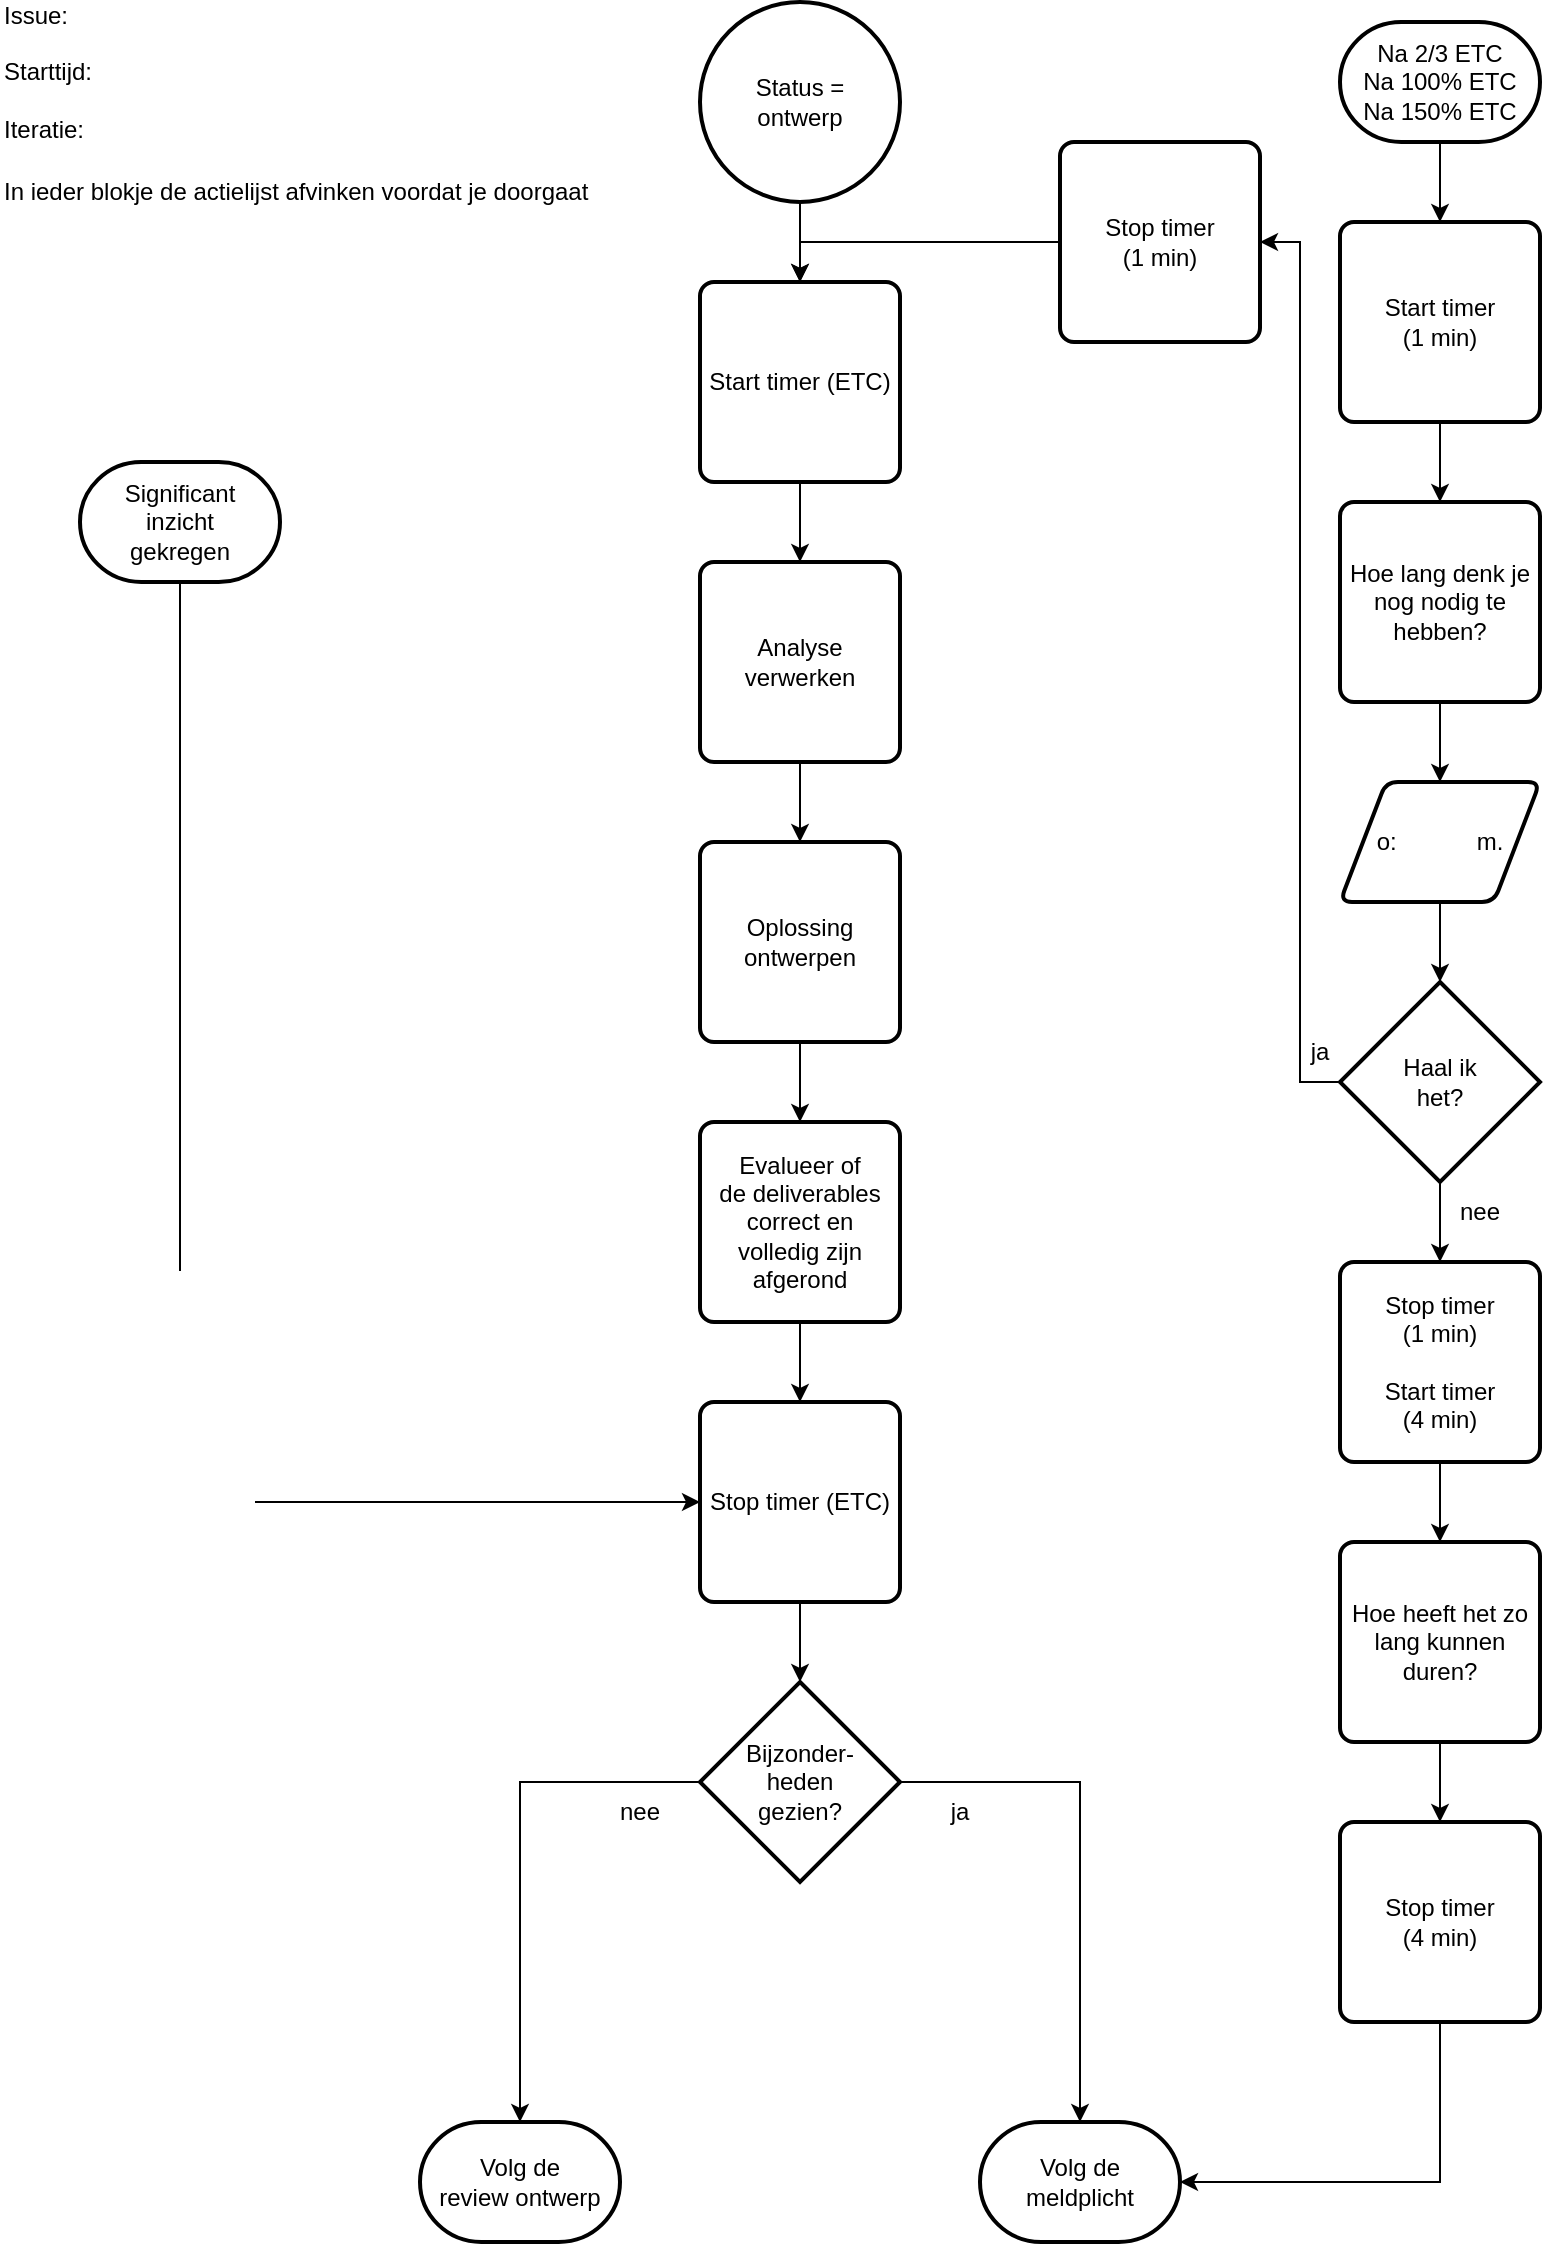
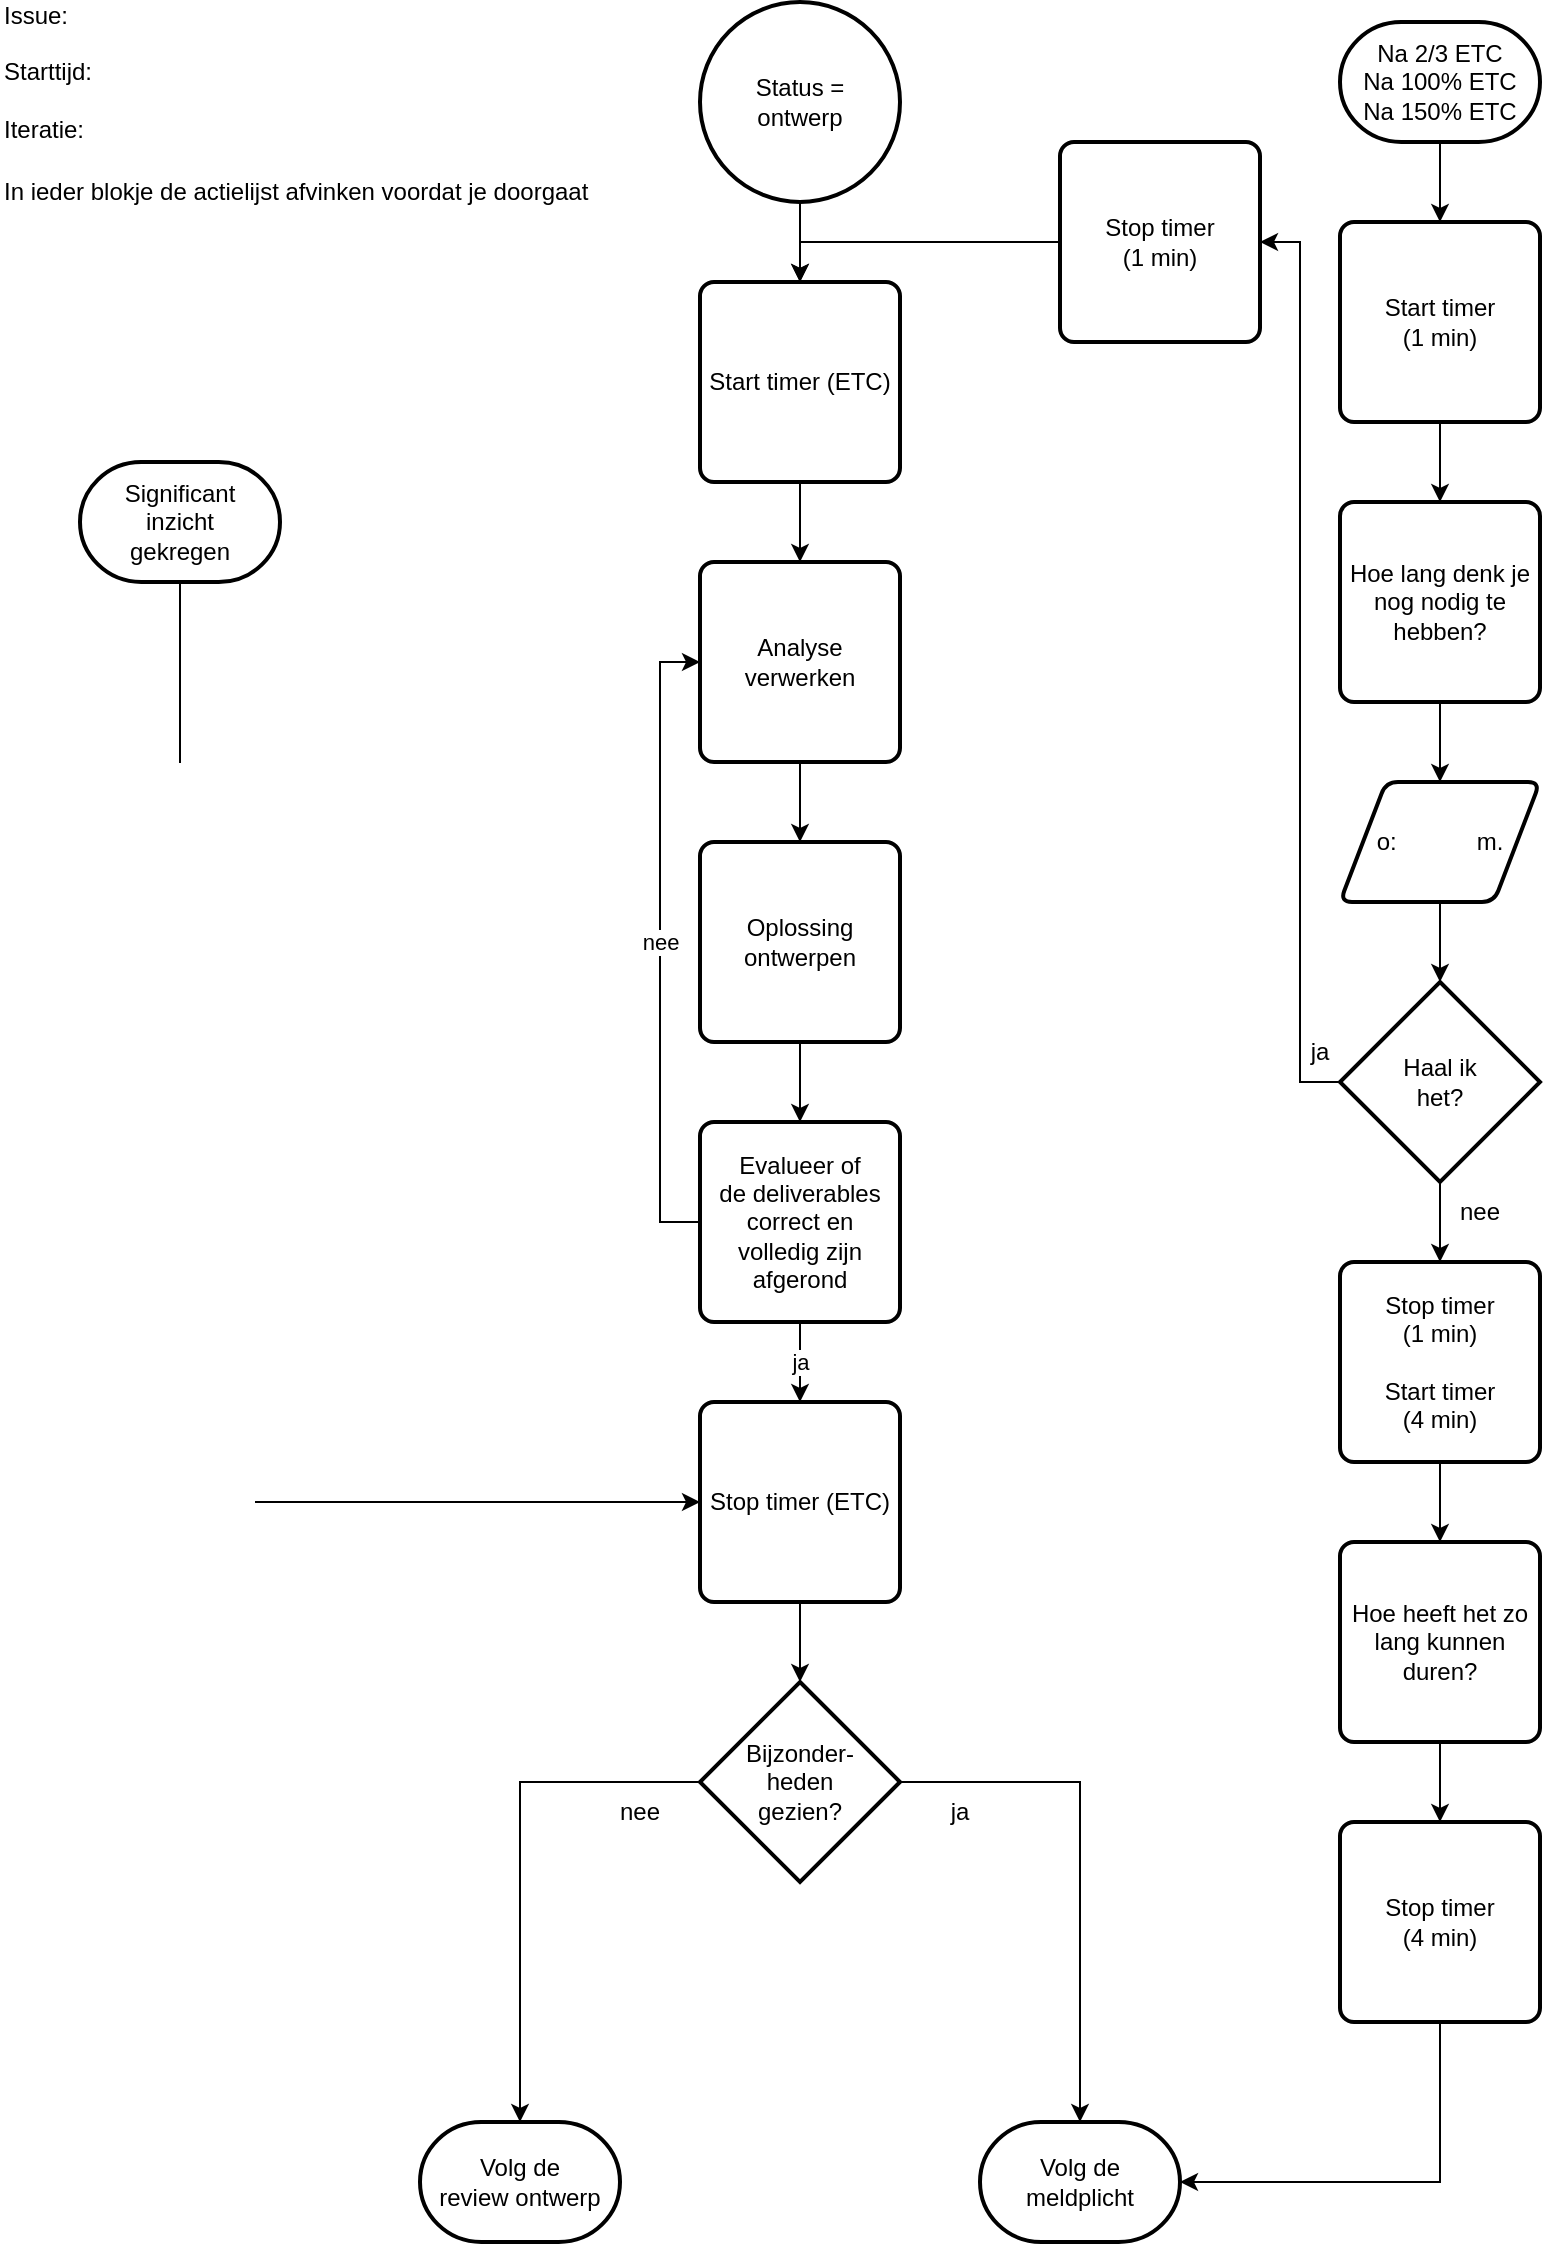
<mxfile host="Electron" agent="Mozilla/5.0 (Windows NT 10.0; Win64; x64) AppleWebKit/537.36 (KHTML, like Gecko) Chrome/143.0.0.0 Safari/537.36">
  <diagram name="Page-1" id="kFTxBR7K9VNL4fsCQO0Z">
    <mxGraphModel dx="842" dy="1745" grid="1" gridSize="10" guides="1" tooltips="1" connect="1" arrows="1" fold="1" page="1" pageScale="1" pageWidth="827" pageHeight="1169" math="0" shadow="0">
      <root>
        <mxCell id="0" />
        <mxCell id="1" parent="0" />
        <mxCell id="z5xtCpzYsnNJJag9wdNT-1" edge="1" parent="1" source="z5xtCpzYsnNJJag9wdNT-2" style="edgeStyle=orthogonalEdgeStyle;rounded=0;orthogonalLoop=1;jettySize=auto;html=1;" target="z5xtCpzYsnNJJag9wdNT-35" value="">
          <mxGeometry relative="1" as="geometry" />
        </mxCell>
        <object label="Status =&lt;br&gt;ontwerp" Action="501" id="z5xtCpzYsnNJJag9wdNT-2">
          <mxCell parent="1" style="strokeWidth=2;html=1;shape=mxgraph.flowchart.start_2;whiteSpace=wrap;" vertex="1">
            <mxGeometry height="100" width="100" x="360" y="-1160" as="geometry" />
          </mxCell>
        </object>
-         <mxCell id="z5xtCpzYsnNJJag9wdNT-3" edge="1" parent="1" source="z5xtCpzYsnNJJag9wdNT-4" style="edgeStyle=orthogonalEdgeStyle;rounded=0;orthogonalLoop=1;jettySize=auto;html=1;" target="z5xtCpzYsnNJJag9wdNT-37" value="">
+         <mxCell id="z5xtCpzYsnNJJag9wdNT-3" edge="1" parent="1" source="z5xtCpzYsnNJJag9wdNT-4" style="edgeStyle=orthogonalEdgeStyle;rounded=0;orthogonalLoop=1;jettySize=auto;html=1;" target="z5xtCpzYsnNJJag9wdNT-37" value="ja">
+           <mxGeometry relative="1" as="geometry" />
+         </mxCell>
+         <mxCell id="z5xtCpzYsnNJJag9wdNT-4_nee" edge="1" parent="1" source="z5xtCpzYsnNJJag9wdNT-4" style="edgeStyle=orthogonalEdgeStyle;rounded=0;orthogonalLoop=1;jettySize=auto;html=1;exitX=0;exitY=0.5;exitDx=0;exitDy=0;entryX=0;entryY=0.5;entryDx=0;entryDy=0;" target="z5xtCpzYsnNJJag9wdNT-27" value="nee">
          <mxGeometry relative="1" as="geometry" />
        </mxCell>
        <object label="Evalueer of&lt;br&gt;de deliverables&lt;br&gt;correct en&lt;br&gt;volledig zijn&lt;br&gt;afgerond" Action="505" id="z5xtCpzYsnNJJag9wdNT-4">
          <mxCell parent="1" style="rounded=1;whiteSpace=wrap;html=1;absoluteArcSize=1;arcSize=14;strokeWidth=2;" vertex="1">
            <mxGeometry height="100" width="100" x="360" y="-600" as="geometry" />
          </mxCell>
        </object>
        <mxCell id="z5xtCpzYsnNJJag9wdNT-5" edge="1" parent="1" source="z5xtCpzYsnNJJag9wdNT-6" style="edgeStyle=orthogonalEdgeStyle;rounded=0;orthogonalLoop=1;jettySize=auto;html=1;exitX=0.5;exitY=1;exitDx=0;exitDy=0;exitPerimeter=0;entryX=0;entryY=0.5;entryDx=0;entryDy=0;" target="z5xtCpzYsnNJJag9wdNT-37">
          <mxGeometry relative="1" as="geometry" />
        </mxCell>
        <object label="Significant&lt;br&gt;inzicht&lt;br&gt;gekregen" Action="515" id="z5xtCpzYsnNJJag9wdNT-6">
          <mxCell parent="1" style="strokeWidth=2;html=1;shape=mxgraph.flowchart.terminator;whiteSpace=wrap;" vertex="1">
            <mxGeometry height="60" width="100" x="50" y="-930" as="geometry" />
          </mxCell>
        </object>
        <mxCell id="z5xtCpzYsnNJJag9wdNT-7" edge="1" parent="1" source="z5xtCpzYsnNJJag9wdNT-8" style="edgeStyle=orthogonalEdgeStyle;rounded=0;orthogonalLoop=1;jettySize=auto;html=1;" target="z5xtCpzYsnNJJag9wdNT-10" value="">
          <mxGeometry relative="1" as="geometry" />
        </mxCell>
        <object label="Na 2/3 ETC&lt;br&gt;Na 100% ETC&lt;br&gt;Na 150% ETC" Action="508" id="z5xtCpzYsnNJJag9wdNT-8">
          <mxCell parent="1" style="strokeWidth=2;html=1;shape=mxgraph.flowchart.terminator;whiteSpace=wrap;" vertex="1">
            <mxGeometry height="60" width="100" x="680" y="-1150" as="geometry" />
          </mxCell>
        </object>
        <mxCell id="z5xtCpzYsnNJJag9wdNT-9" edge="1" parent="1" source="z5xtCpzYsnNJJag9wdNT-10" style="edgeStyle=orthogonalEdgeStyle;rounded=0;orthogonalLoop=1;jettySize=auto;html=1;" target="z5xtCpzYsnNJJag9wdNT-12" value="">
          <mxGeometry relative="1" as="geometry" />
        </mxCell>
        <object label="Start timer&lt;br&gt;(1 min)" Action="509" id="z5xtCpzYsnNJJag9wdNT-10">
          <mxCell parent="1" style="rounded=1;whiteSpace=wrap;html=1;absoluteArcSize=1;arcSize=14;strokeWidth=2;" vertex="1">
            <mxGeometry height="100" width="100" x="680" y="-1050" as="geometry" />
          </mxCell>
        </object>
        <mxCell id="z5xtCpzYsnNJJag9wdNT-11" edge="1" parent="1" source="z5xtCpzYsnNJJag9wdNT-12" style="edgeStyle=orthogonalEdgeStyle;rounded=0;orthogonalLoop=1;jettySize=auto;html=1;" target="z5xtCpzYsnNJJag9wdNT-29" value="">
          <mxGeometry relative="1" as="geometry" />
        </mxCell>
        <object label="Hoe lang denk je nog nodig te hebben?" Action="510" id="z5xtCpzYsnNJJag9wdNT-12">
          <mxCell parent="1" style="rounded=1;whiteSpace=wrap;html=1;absoluteArcSize=1;arcSize=14;strokeWidth=2;" vertex="1">
            <mxGeometry height="100" width="100" x="680" y="-910" as="geometry" />
          </mxCell>
        </object>
        <mxCell id="z5xtCpzYsnNJJag9wdNT-13" edge="1" parent="1" source="z5xtCpzYsnNJJag9wdNT-15" style="edgeStyle=orthogonalEdgeStyle;rounded=0;orthogonalLoop=1;jettySize=auto;html=1;exitX=0;exitY=0.5;exitDx=0;exitDy=0;exitPerimeter=0;entryX=1;entryY=0.5;entryDx=0;entryDy=0;" target="z5xtCpzYsnNJJag9wdNT-17">
          <mxGeometry relative="1" as="geometry" />
        </mxCell>
        <mxCell id="z5xtCpzYsnNJJag9wdNT-14" edge="1" parent="1" source="z5xtCpzYsnNJJag9wdNT-15" style="edgeStyle=orthogonalEdgeStyle;rounded=0;orthogonalLoop=1;jettySize=auto;html=1;exitX=0.5;exitY=1;exitDx=0;exitDy=0;exitPerimeter=0;entryX=0.5;entryY=0;entryDx=0;entryDy=0;" target="z5xtCpzYsnNJJag9wdNT-21">
          <mxGeometry relative="1" as="geometry" />
        </mxCell>
        <object label="Haal ik&lt;br&gt;het?" Action="512" id="z5xtCpzYsnNJJag9wdNT-15">
          <mxCell parent="1" style="strokeWidth=2;html=1;shape=mxgraph.flowchart.decision;whiteSpace=wrap;" vertex="1">
            <mxGeometry height="100" width="100" x="680" y="-670" as="geometry" />
          </mxCell>
        </object>
        <mxCell id="z5xtCpzYsnNJJag9wdNT-16" edge="1" parent="1" source="z5xtCpzYsnNJJag9wdNT-17" style="edgeStyle=orthogonalEdgeStyle;rounded=0;orthogonalLoop=1;jettySize=auto;html=1;exitX=0;exitY=0.5;exitDx=0;exitDy=0;entryX=0.5;entryY=0;entryDx=0;entryDy=0;" target="z5xtCpzYsnNJJag9wdNT-35">
          <mxGeometry relative="1" as="geometry" />
        </mxCell>
        <object label="Stop timer&lt;br&gt;(1 min)" Action="512T" id="z5xtCpzYsnNJJag9wdNT-17">
          <mxCell parent="1" style="rounded=1;whiteSpace=wrap;html=1;absoluteArcSize=1;arcSize=14;strokeWidth=2;" vertex="1">
            <mxGeometry height="100" width="100" x="540" y="-1090" as="geometry" />
          </mxCell>
        </object>
        <mxCell id="z5xtCpzYsnNJJag9wdNT-18" parent="1" style="text;html=1;whiteSpace=wrap;strokeColor=none;fillColor=none;align=center;verticalAlign=middle;rounded=0;" value="ja" vertex="1">
          <mxGeometry height="30" width="60" x="640" y="-650" as="geometry" />
        </mxCell>
        <mxCell id="z5xtCpzYsnNJJag9wdNT-19" parent="1" style="text;html=1;whiteSpace=wrap;strokeColor=none;fillColor=none;align=center;verticalAlign=middle;rounded=0;" value="nee" vertex="1">
          <mxGeometry height="30" width="60" x="720" y="-570" as="geometry" />
        </mxCell>
        <mxCell id="z5xtCpzYsnNJJag9wdNT-20" edge="1" parent="1" source="z5xtCpzYsnNJJag9wdNT-21" style="edgeStyle=orthogonalEdgeStyle;rounded=0;orthogonalLoop=1;jettySize=auto;html=1;" target="z5xtCpzYsnNJJag9wdNT-23" value="">
          <mxGeometry relative="1" as="geometry" />
        </mxCell>
        <object label="Stop timer&lt;br&gt;(1 min)&lt;br&gt;&lt;br&gt;Start timer&lt;br&gt;(4 min)" Action="512F" id="z5xtCpzYsnNJJag9wdNT-21">
          <mxCell parent="1" style="rounded=1;whiteSpace=wrap;html=1;absoluteArcSize=1;arcSize=14;strokeWidth=2;" vertex="1">
            <mxGeometry height="100" width="100" x="680" y="-530" as="geometry" />
          </mxCell>
        </object>
        <mxCell id="z5xtCpzYsnNJJag9wdNT-22" edge="1" parent="1" source="z5xtCpzYsnNJJag9wdNT-23" style="edgeStyle=orthogonalEdgeStyle;rounded=0;orthogonalLoop=1;jettySize=auto;html=1;exitX=0.5;exitY=1;exitDx=0;exitDy=0;entryX=0.5;entryY=0;entryDx=0;entryDy=0;" target="z5xtCpzYsnNJJag9wdNT-32">
          <mxGeometry relative="1" as="geometry" />
        </mxCell>
        <object label="Hoe heeft het zo lang kunnen duren?" Action="513" id="z5xtCpzYsnNJJag9wdNT-23">
          <mxCell parent="1" style="rounded=1;whiteSpace=wrap;html=1;absoluteArcSize=1;arcSize=14;strokeWidth=2;" vertex="1">
            <mxGeometry height="100" width="100" x="680" y="-390" as="geometry" />
          </mxCell>
        </object>
        <mxCell id="z5xtCpzYsnNJJag9wdNT-24" edge="1" parent="1" source="z5xtCpzYsnNJJag9wdNT-25" style="edgeStyle=orthogonalEdgeStyle;rounded=0;orthogonalLoop=1;jettySize=auto;html=1;exitX=0.5;exitY=1;exitDx=0;exitDy=0;entryX=0.5;entryY=0;entryDx=0;entryDy=0;" target="z5xtCpzYsnNJJag9wdNT-4">
          <mxGeometry relative="1" as="geometry" />
        </mxCell>
        <object label="Oplossing ontwerpen" Action="504" id="z5xtCpzYsnNJJag9wdNT-25">
          <mxCell parent="1" style="rounded=1;whiteSpace=wrap;html=1;absoluteArcSize=1;arcSize=14;strokeWidth=2;" vertex="1">
            <mxGeometry height="100" width="100" x="360" y="-740" as="geometry" />
          </mxCell>
        </object>
        <mxCell id="z5xtCpzYsnNJJag9wdNT-26" edge="1" parent="1" source="z5xtCpzYsnNJJag9wdNT-27" style="edgeStyle=orthogonalEdgeStyle;rounded=0;orthogonalLoop=1;jettySize=auto;html=1;" target="z5xtCpzYsnNJJag9wdNT-25" value="">
          <mxGeometry relative="1" as="geometry" />
        </mxCell>
        <object label="Analyse verwerken" Action="503" id="z5xtCpzYsnNJJag9wdNT-27">
          <mxCell parent="1" style="rounded=1;whiteSpace=wrap;html=1;absoluteArcSize=1;arcSize=14;strokeWidth=2;" vertex="1">
            <mxGeometry height="100" width="100" x="360" y="-880" as="geometry" />
          </mxCell>
        </object>
        <mxCell id="z5xtCpzYsnNJJag9wdNT-28" parent="1" style="text;html=1;align=left;verticalAlign=middle;whiteSpace=wrap;rounded=0;" value="Issue:&amp;nbsp; &amp;nbsp;&lt;br&gt;&lt;br&gt;Starttijd:&lt;br&gt;&lt;br&gt;Iteratie:&amp;nbsp;" vertex="1">
          <mxGeometry height="30" width="60" x="10" y="-1140" as="geometry" />
        </mxCell>
        <object label="o:&amp;nbsp; &amp;nbsp; &amp;nbsp; &amp;nbsp; &amp;nbsp; &amp;nbsp; m." Action="511" id="z5xtCpzYsnNJJag9wdNT-29">
          <mxCell parent="1" style="shape=parallelogram;html=1;strokeWidth=2;perimeter=parallelogramPerimeter;whiteSpace=wrap;rounded=1;arcSize=12;size=0.23;" vertex="1">
            <mxGeometry height="60" width="100" x="680" y="-770" as="geometry" />
          </mxCell>
        </object>
        <mxCell id="z5xtCpzYsnNJJag9wdNT-30" edge="1" parent="1" source="z5xtCpzYsnNJJag9wdNT-29" style="edgeStyle=orthogonalEdgeStyle;rounded=0;orthogonalLoop=1;jettySize=auto;html=1;exitX=0.5;exitY=1;exitDx=0;exitDy=0;entryX=0.5;entryY=0;entryDx=0;entryDy=0;entryPerimeter=0;" target="z5xtCpzYsnNJJag9wdNT-15">
          <mxGeometry relative="1" as="geometry" />
        </mxCell>
        <object label="Volg de&lt;br&gt;review ontwerp" Action="507F" id="z5xtCpzYsnNJJag9wdNT-31">
          <mxCell parent="1" style="strokeWidth=2;html=1;shape=mxgraph.flowchart.terminator;whiteSpace=wrap;" vertex="1">
            <mxGeometry height="60" width="100" x="220" y="-100" as="geometry" />
          </mxCell>
        </object>
        <object label="Stop timer&lt;br&gt;(4 min)" Action="514" id="z5xtCpzYsnNJJag9wdNT-32">
          <mxCell parent="1" style="rounded=1;whiteSpace=wrap;html=1;absoluteArcSize=1;arcSize=14;strokeWidth=2;" vertex="1">
            <mxGeometry height="100" width="100" x="680" y="-250" as="geometry" />
          </mxCell>
        </object>
        <mxCell id="z5xtCpzYsnNJJag9wdNT-33" parent="1" style="text;html=1;whiteSpace=wrap;strokeColor=none;fillColor=none;align=left;verticalAlign=middle;rounded=0;labelPosition=center;verticalLabelPosition=middle;" value="In ieder blokje de actielijst afvinken voordat je doorgaat" vertex="1">
          <mxGeometry height="30" width="300" x="10" y="-1080" as="geometry" />
        </mxCell>
        <mxCell id="z5xtCpzYsnNJJag9wdNT-34" edge="1" parent="1" source="z5xtCpzYsnNJJag9wdNT-35" style="edgeStyle=orthogonalEdgeStyle;rounded=0;orthogonalLoop=1;jettySize=auto;html=1;" target="z5xtCpzYsnNJJag9wdNT-27" value="">
          <mxGeometry relative="1" as="geometry" />
        </mxCell>
        <object label="Start timer (ETC)" Action="502" id="z5xtCpzYsnNJJag9wdNT-35">
          <mxCell parent="1" style="rounded=1;whiteSpace=wrap;html=1;absoluteArcSize=1;arcSize=14;strokeWidth=2;" vertex="1">
            <mxGeometry height="100" width="100" x="360" y="-1020" as="geometry" />
          </mxCell>
        </object>
        <mxCell id="z5xtCpzYsnNJJag9wdNT-36" edge="1" parent="1" source="z5xtCpzYsnNJJag9wdNT-37" style="edgeStyle=orthogonalEdgeStyle;rounded=0;orthogonalLoop=1;jettySize=auto;html=1;" target="z5xtCpzYsnNJJag9wdNT-39" value="">
          <mxGeometry relative="1" as="geometry" />
        </mxCell>
        <object label="&lt;font&gt;Stop timer (ETC)&lt;/font&gt;" Action="506" id="z5xtCpzYsnNJJag9wdNT-37">
          <mxCell parent="1" style="rounded=1;whiteSpace=wrap;html=1;absoluteArcSize=1;arcSize=14;strokeWidth=2;" vertex="1">
            <mxGeometry height="100" width="100" x="360" y="-460" as="geometry" />
          </mxCell>
        </object>
        <object label="Volg de&lt;br&gt;meldplicht" Action="507T" id="z5xtCpzYsnNJJag9wdNT-38">
          <mxCell parent="1" style="strokeWidth=2;html=1;shape=mxgraph.flowchart.terminator;whiteSpace=wrap;" vertex="1">
            <mxGeometry height="60" width="100" x="500" y="-100" as="geometry" />
          </mxCell>
        </object>
        <object label="Bijzonder-&lt;br&gt;heden&lt;br&gt;gezien?" Action="507" id="z5xtCpzYsnNJJag9wdNT-39">
          <mxCell parent="1" style="strokeWidth=2;html=1;shape=mxgraph.flowchart.decision;whiteSpace=wrap;" vertex="1">
            <mxGeometry height="100" width="100" x="360" y="-320" as="geometry" />
          </mxCell>
        </object>
        <mxCell id="z5xtCpzYsnNJJag9wdNT-40" parent="1" style="text;html=1;whiteSpace=wrap;strokeColor=none;fillColor=none;align=center;verticalAlign=middle;rounded=0;" value="nee" vertex="1">
          <mxGeometry height="30" width="60" x="300" y="-270" as="geometry" />
        </mxCell>
        <mxCell id="z5xtCpzYsnNJJag9wdNT-41" parent="1" style="text;html=1;whiteSpace=wrap;strokeColor=none;fillColor=none;align=center;verticalAlign=middle;rounded=0;" value="ja" vertex="1">
          <mxGeometry height="30" width="60" x="460" y="-270" as="geometry" />
        </mxCell>
        <mxCell id="z5xtCpzYsnNJJag9wdNT-42" edge="1" parent="1" source="z5xtCpzYsnNJJag9wdNT-32" style="edgeStyle=orthogonalEdgeStyle;rounded=0;orthogonalLoop=1;jettySize=auto;html=1;exitX=0.5;exitY=1;exitDx=0;exitDy=0;entryX=1;entryY=0.5;entryDx=0;entryDy=0;entryPerimeter=0;" target="z5xtCpzYsnNJJag9wdNT-38">
          <mxGeometry relative="1" as="geometry" />
        </mxCell>
        <mxCell id="z5xtCpzYsnNJJag9wdNT-43" edge="1" parent="1" source="z5xtCpzYsnNJJag9wdNT-39" style="edgeStyle=orthogonalEdgeStyle;rounded=0;orthogonalLoop=1;jettySize=auto;html=1;exitX=0;exitY=0.5;exitDx=0;exitDy=0;exitPerimeter=0;entryX=0.5;entryY=0;entryDx=0;entryDy=0;entryPerimeter=0;" target="z5xtCpzYsnNJJag9wdNT-31">
          <mxGeometry relative="1" as="geometry" />
        </mxCell>
        <mxCell id="z5xtCpzYsnNJJag9wdNT-44" edge="1" parent="1" source="z5xtCpzYsnNJJag9wdNT-39" style="edgeStyle=orthogonalEdgeStyle;rounded=0;orthogonalLoop=1;jettySize=auto;html=1;exitX=1;exitY=0.5;exitDx=0;exitDy=0;exitPerimeter=0;entryX=0.5;entryY=0;entryDx=0;entryDy=0;entryPerimeter=0;" target="z5xtCpzYsnNJJag9wdNT-38">
          <mxGeometry relative="1" as="geometry" />
        </mxCell>
      </root>
    </mxGraphModel>
  </diagram>
</mxfile>
